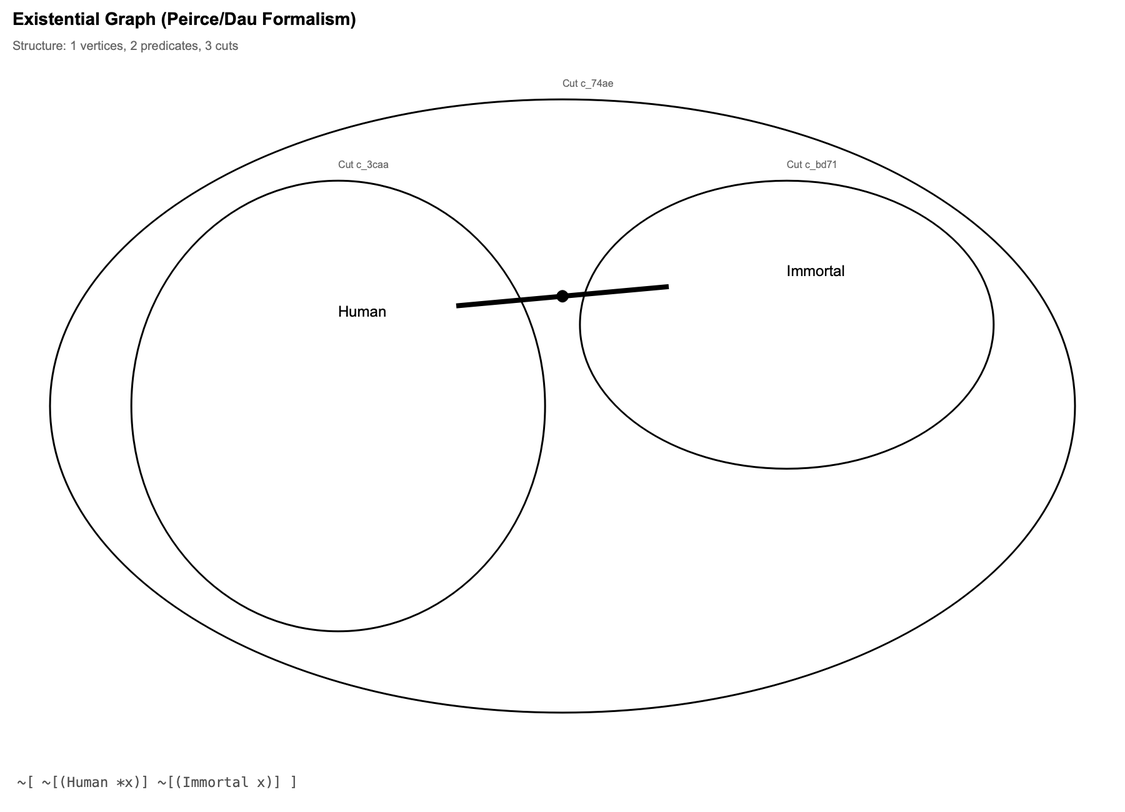
Above: reports/sanity_egif_dot/disjunction_var.png in mijahauan/Arisbe (Graphviz), before the change. Its source is kept beside it as reports/sanity_egif_dot/disjunction_var.dot.
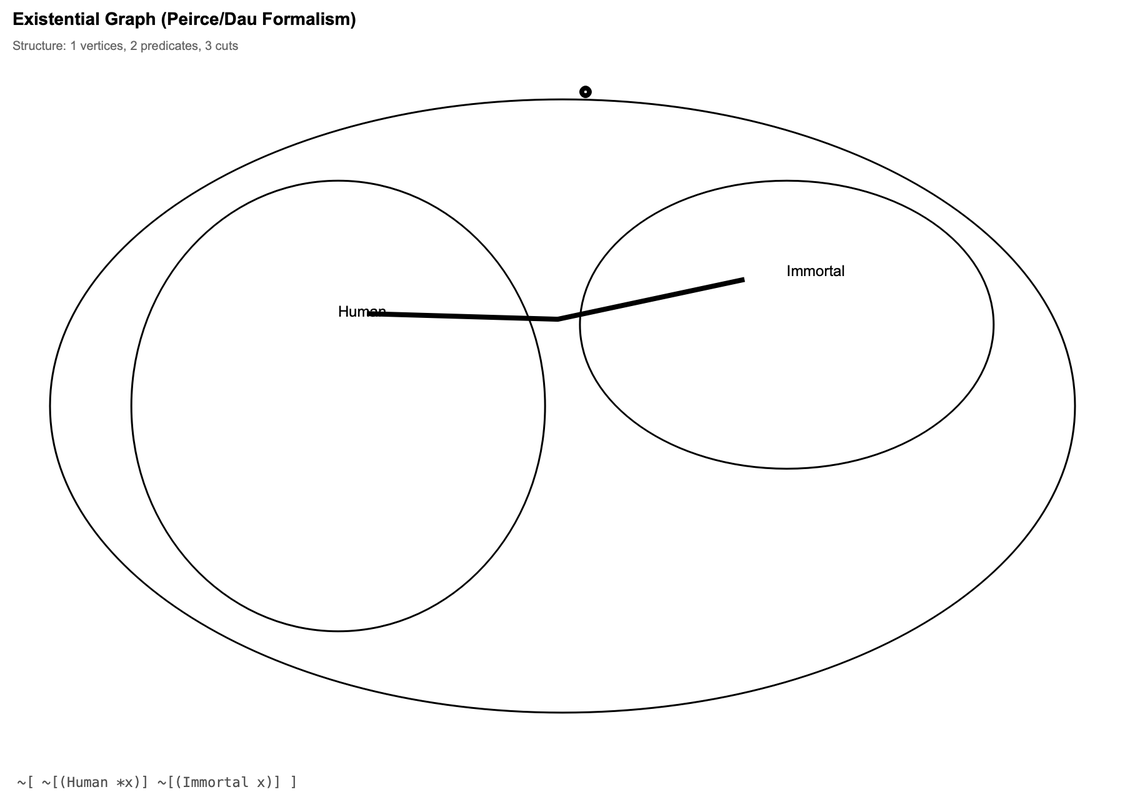
Above is the later version.

What changed in the source:
```diff
@@ -16,8 +16,8 @@
   node [shape=circle, style=filled, fillcolor=lightblue, fontsize=10];
   edge [fontsize=9, labeldistance=1.5, labelangle=0];
 
-  subgraph cluster_c_74aebf84 {
-    label="Cut c_74aebf";
+  subgraph cluster_c_78e353ff {
+    label="Cut c_78e353";
     style=rounded;
     color=black;
     penwidth=1.5;
@@ -26,8 +26,8 @@
     fontsize=8;
     clusterrank=local;  // Layout this cluster separately
 
-    subgraph cluster_c_3caa4930 {
-      label="Cut c_3caa49";
+    subgraph cluster_c_32d8a767 {
+      label="Cut c_32d8a7";
       style=rounded;
       color=black;
       penwidth=1.5;
@@ -36,12 +36,12 @@
       fontsize=8;
       clusterrank=local;  // Layout this cluster separately
 
-      v_ac4ef6d2 [label="", width=0.30, height=0.30, fixedsize=true];
-      e_81496c69 [label="Human", shape=box, fillcolor=lightyellow, width=1.50, height=0.60, fixedsize=true];
+      v_13ca89e2 [label="", width=0.30, height=0.30, fixedsize=true];
+      e_09a61019 [label="Human", shape=box, fillcolor=lightyellow, width=1.50, height=0.60, fixedsize=true];
     }
 
-    subgraph cluster_c_bd712d5c {
-      label="Cut c_bd712d";
+    subgraph cluster_c_1eb36005 {
+      label="Cut c_1eb360";
       style=rounded;
       color=black;
       penwidth=1.5;
@@ -50,12 +50,12 @@
       fontsize=8;
       clusterrank=local;  // Layout this cluster separately
 
-      e_a41232a3 [label="Immortal", shape=box, fillcolor=lightyellow, width=2.10, height=0.60, fixedsize=true];
+      e_ff536ae9 [label="Immortal", shape=box, fillcolor=lightyellow, width=2.10, height=0.60, fixedsize=true];
     }
 
   }
 
-  v_ac4ef6d2 -- e_81496c69 [style=bold, penwidth=2, lhead=cluster_c_3caa4930, ltail=cluster_c_3caa4930];
-  v_ac4ef6d2 -- e_a41232a3 [style=bold, penwidth=2, lhead=cluster_c_bd712d5c, ltail=cluster_c_3caa4930];
+  v_13ca89e2 -- e_09a61019 [style=bold, penwidth=2, lhead=cluster_c_32d8a767, ltail=cluster_c_32d8a767];
+  v_13ca89e2 -- e_ff536ae9 [style=bold, penwidth=2, lhead=cluster_c_1eb36005, ltail=cluster_c_32d8a767];
 
 }
```
